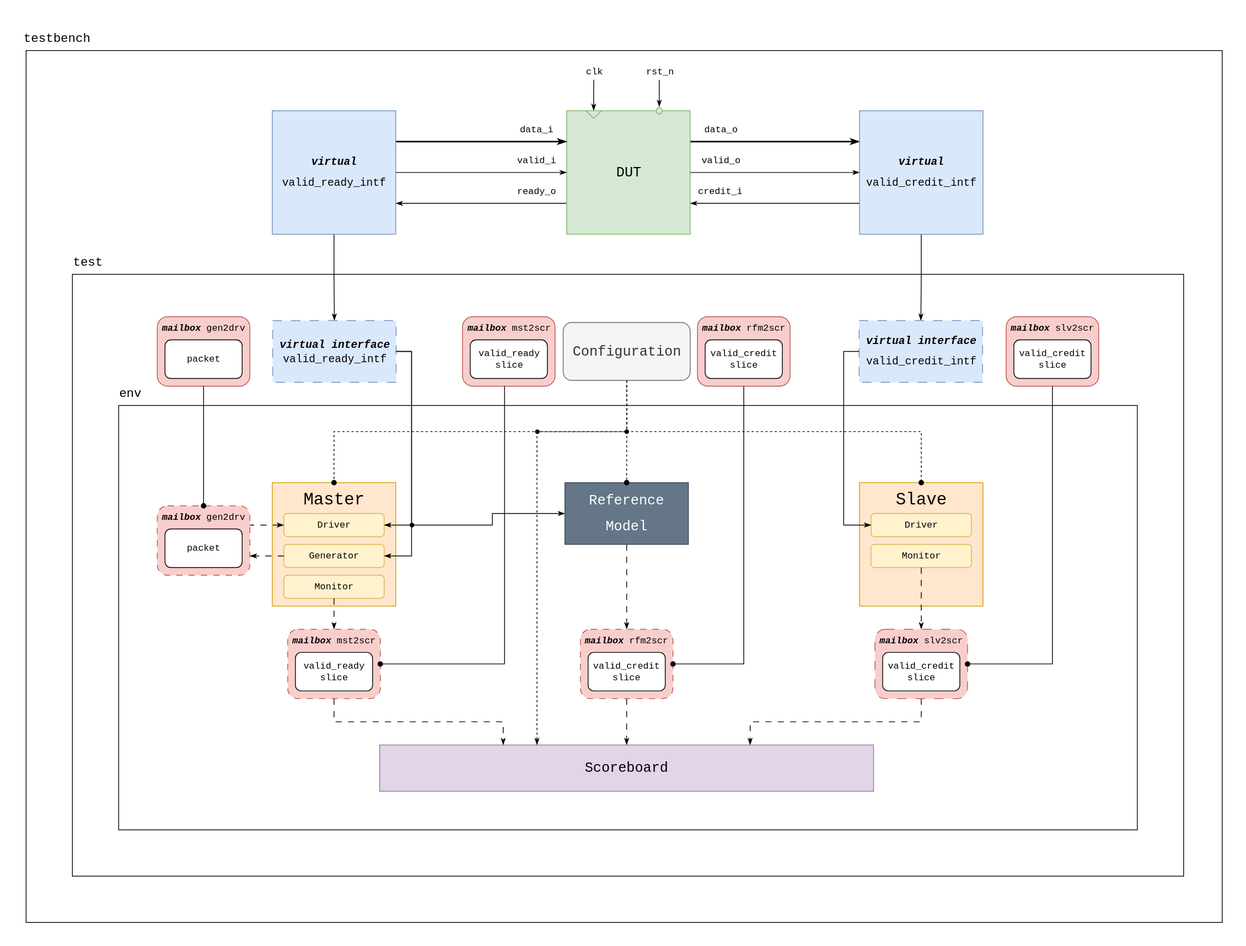
Earlier version of the draw.io export pic/tb.svg (nlGillity/adapter_verif). Source tidied: cells renumbered, new cells last; positions are measured from the earlier drawing's top-left corner, leaving out a move shared by most shapes.
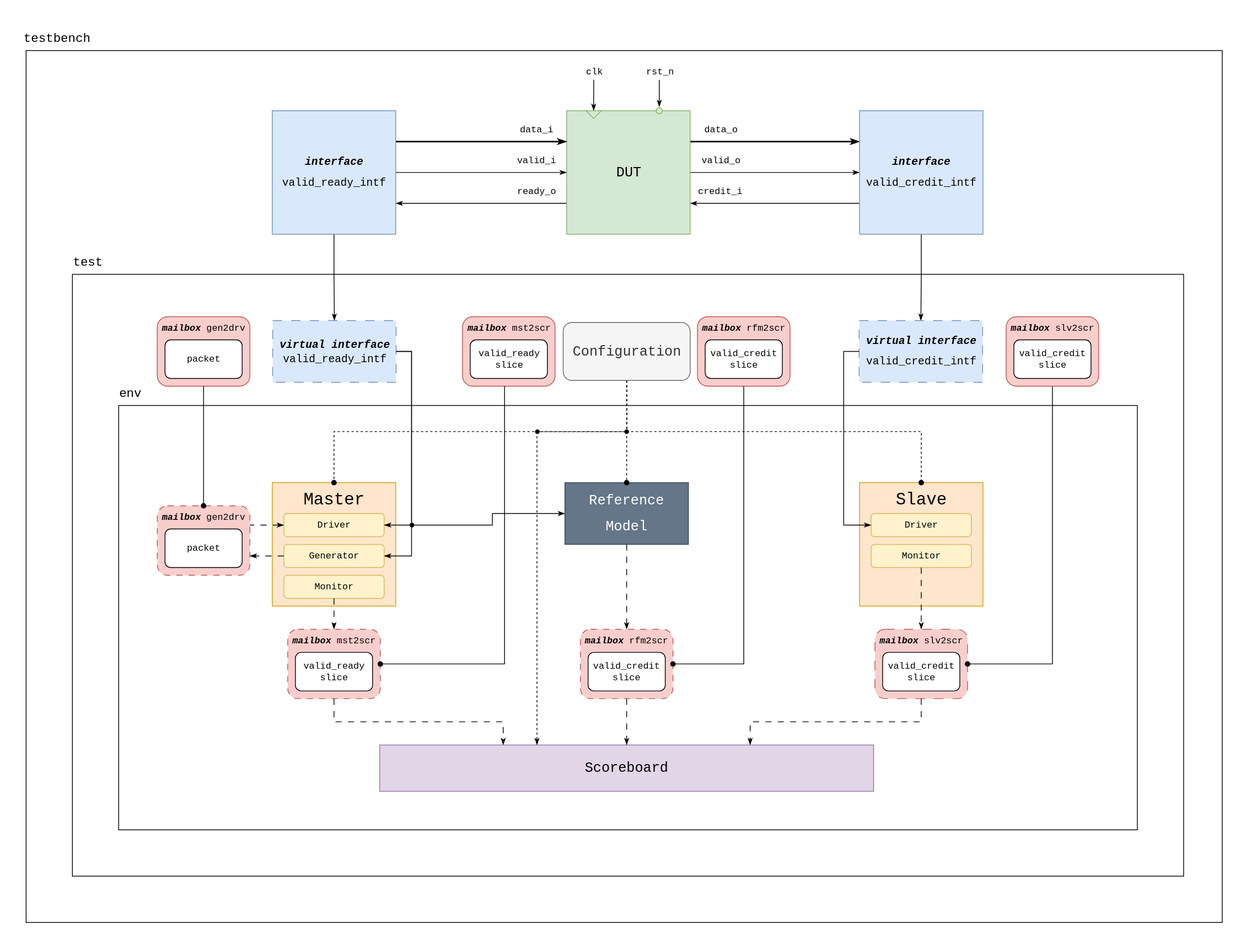
Later version of the same file.

Commit message:
Description of the verification env was added

The edit, as a diff of the source:
```diff
@@ -32,7 +32,7 @@
     <mxCell id="11" style="edgeStyle=orthogonalEdgeStyle;shape=connector;rounded=0;jettySize=auto;html=1;exitX=0.5;exitY=1;exitDx=0;exitDy=0;entryX=0.5;entryY=0;entryDx=0;entryDy=0;strokeColor=default;align=center;verticalAlign=middle;fontFamily=Helvetica;fontSize=11;fontColor=default;labelBackgroundColor=default;endArrow=classicThin;endFill=1;" parent="1" edge="1" source="12" target="29">
       <mxGeometry relative="1" as="geometry" />
     </mxCell>
-    <mxCell id="12" value="&lt;pre&gt;&lt;pre&gt;&lt;b&gt;&lt;font style=&quot;font-size: 14px; line-height: 7px;&quot;&gt;&lt;i&gt;virtual&lt;/i&gt;&lt;/font&gt;&lt;/b&gt;&lt;/pre&gt;&lt;pre&gt;&lt;font style=&quot;font-size: 14px; line-height: 7px;&quot;&gt;valid_ready_intf&lt;/font&gt;&lt;/pre&gt;&lt;/pre&gt;" style="rounded=0;whiteSpace=wrap;html=1;fillColor=#dae8fc;strokeColor=#6c8ebf;" parent="1" vertex="1">
+    <mxCell id="12" value="&lt;pre&gt;&lt;pre&gt;&lt;b&gt;&lt;font style=&quot;font-size: 14px; line-height: 7px;&quot;&gt;&lt;i&gt;interface&lt;/i&gt;&lt;/font&gt;&lt;/b&gt;&lt;/pre&gt;&lt;pre&gt;&lt;font style=&quot;font-size: 14px; line-height: 7px;&quot;&gt;valid_ready_intf&lt;/font&gt;&lt;/pre&gt;&lt;/pre&gt;" style="rounded=0;whiteSpace=wrap;html=1;fillColor=#dae8fc;strokeColor=#6c8ebf;" parent="1" vertex="1">
       <mxGeometry x="319" y="108" width="160" height="160" as="geometry" />
     </mxCell>
     <mxCell id="13" style="edgeStyle=orthogonalEdgeStyle;rounded=0;jettySize=auto;html=1;exitX=0;exitY=0.75;exitDx=0;exitDy=0;entryX=1;entryY=0.75;entryDx=0;entryDy=0;endArrow=classicThin;endFill=1;" parent="1" edge="1" source="15" target="8">
@@ -41,7 +41,7 @@
     <mxCell id="14" style="edgeStyle=orthogonalEdgeStyle;shape=connector;rounded=0;jettySize=auto;html=1;exitX=0.5;exitY=1;exitDx=0;exitDy=0;entryX=0.5;entryY=0;entryDx=0;entryDy=0;strokeColor=default;align=center;verticalAlign=middle;fontFamily=Helvetica;fontSize=11;fontColor=default;labelBackgroundColor=default;endArrow=classicThin;endFill=1;" parent="1" edge="1" source="15" target="30">
       <mxGeometry relative="1" as="geometry" />
     </mxCell>
-    <mxCell id="15" value="&lt;pre&gt;&lt;pre&gt;&lt;b&gt;&lt;font style=&quot;font-size: 14px; line-height: 7px;&quot;&gt;&lt;i&gt;virtual&lt;/i&gt;&lt;/font&gt;&lt;/b&gt;&lt;/pre&gt;&lt;pre&gt;&lt;font style=&quot;font-size: 14px; line-height: 7px;&quot;&gt;valid_credit_intf&lt;/font&gt;&lt;/pre&gt;&lt;/pre&gt;" style="rounded=0;whiteSpace=wrap;html=1;fillColor=#dae8fc;strokeColor=#6c8ebf;" parent="1" vertex="1">
+    <mxCell id="15" value="&lt;pre&gt;&lt;pre&gt;&lt;b&gt;&lt;font style=&quot;font-size: 14px; line-height: 7px;&quot;&gt;&lt;i&gt;interface&lt;/i&gt;&lt;/font&gt;&lt;/b&gt;&lt;/pre&gt;&lt;pre&gt;&lt;font style=&quot;font-size: 14px; line-height: 7px;&quot;&gt;valid_credit_intf&lt;/font&gt;&lt;/pre&gt;&lt;/pre&gt;" style="rounded=0;whiteSpace=wrap;html=1;fillColor=#dae8fc;strokeColor=#6c8ebf;" parent="1" vertex="1">
       <mxGeometry x="1080" y="108" width="160" height="160" as="geometry" />
     </mxCell>
     <mxCell id="16" value="&lt;pre&gt;valid_i&lt;/pre&gt;" style="text;html=1;align=center;verticalAlign=middle;strokeColor=none;fillColor=none;" parent="1" vertex="1">
```
